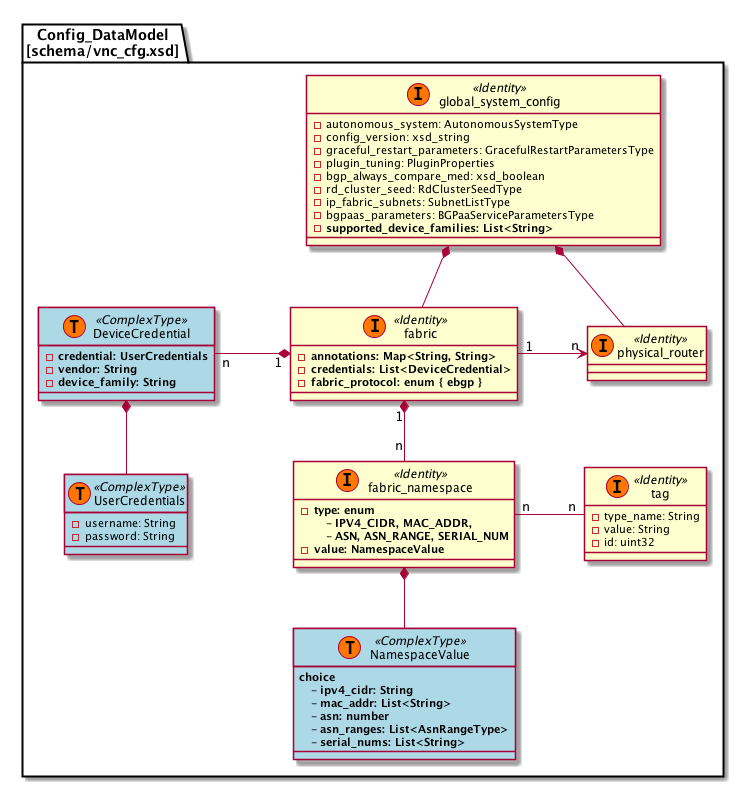
This is 5.0.1-data-model/images/fabric.png from jnpr-tjiang/cfm-data-model, a PlantUML export, as it was before one commit. The source it was exported from:
```plantuml
@startuml
package Config_DataModel\n[schema/vnc_cfg.xsd] {
    class global_system_config << (I, #FF7700) Identity>> {
        - autonomous_system: AutonomousSystemType
        - config_version: xsd_string
        - graceful_restart_parameters: GracefulRestartParametersType
        - plugin_tuning: PluginProperties
        - bgp_always_compare_med: xsd_boolean
        - rd_cluster_seed: RdClusterSeedType
        - ip_fabric_subnets: SubnetListType
        - bgpaas_parameters: BGPaaServiceParametersType
        - <b>supported_device_families: List<String></b>
    }

    class fabric << (I, #FF7700) Identity>> {
        - <b>annotations: Map<String, String>
        - <b>credentials: List<DeviceCredential>
        - <b>fabric_protocol: enum { ebgp }
    }

    class DeviceCredential << (T, #FF7700) ComplexType >> #lightblue {
        - <b>credential: UserCredentials
        - <b>vendor: String
        - <b>device_family: String
    }

    class UserCredentials << (T, #FF7700) ComplexType >> #lightblue {
        - username: String
        - password: String
    }

    class fabric_namespace << (I, #FF7700) Identity>> {
        - <b>type: enum
            - <b>IPV4_CIDR, MAC_ADDR,
            - <b>ASN, ASN_RANGE, SERIAL_NUM
        - <b>value: NamespaceValue
    }

    class physical_router << (I, #FF7700) Identity>> {
    }

    class NamespaceValue << (T, #FF7700) ComplexType >> #lightblue {
        <b>choice
            - <b>ipv4_cidr: String
            - <b>mac_addr: List<String>
            - <b>asn: number
            - <b>asn_ranges: List<AsnRangeType>
            - <b>serial_nums: List<String>
    }

    class tag << (I, #FF7700) Identity>> {
        - type_name: String
        - value: String
        - id: uint32
    }

    global_system_config *-- fabric
    global_system_config *-- physical_router

    fabric "1" -> "     n" physical_router
    fabric "1" *-- "n"  fabric_namespace
    DeviceCredential "n   " -* "   1" fabric: "          "
    DeviceCredential *-- UserCredentials
    fabric_namespace *-- NamespaceValue
    fabric_namespace "n   " - "   n" tag
}
@enduml
```
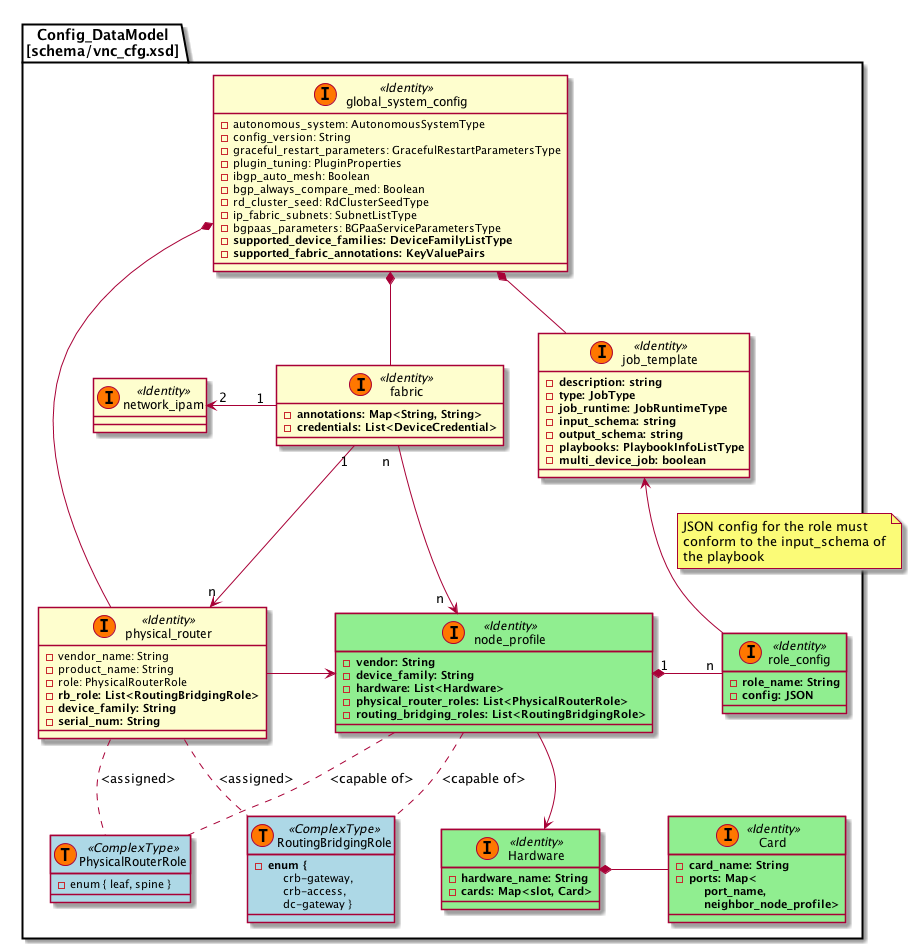
The same file after the commit.

Diff of the diagram source:
```diff
@@ -1,67 +1,108 @@
 @startuml
 package Config_DataModel\n[schema/vnc_cfg.xsd] {
+
     class global_system_config << (I, #FF7700) Identity>> {
         - autonomous_system: AutonomousSystemType
-        - config_version: xsd_string
+        - config_version: String
         - graceful_restart_parameters: GracefulRestartParametersType
         - plugin_tuning: PluginProperties
-        - bgp_always_compare_med: xsd_boolean
+        - ibgp_auto_mesh: Boolean
+        - bgp_always_compare_med: Boolean
         - rd_cluster_seed: RdClusterSeedType
         - ip_fabric_subnets: SubnetListType
         - bgpaas_parameters: BGPaaServiceParametersType
-        - <b>supported_device_families: List<String></b>
+        - <b>supported_device_families: DeviceFamilyListType</b>
+        - <b>supported_fabric_annotations: KeyValuePairs</b>
     }
 
     class fabric << (I, #FF7700) Identity>> {
         - <b>annotations: Map<String, String>
         - <b>credentials: List<DeviceCredential>
-        - <b>fabric_protocol: enum { ebgp }
     }
 
-    class DeviceCredential << (T, #FF7700) ComplexType >> #lightblue {
-        - <b>credential: UserCredentials
-        - <b>vendor: String
-        - <b>device_family: String
-    }
-
-    class UserCredentials << (T, #FF7700) ComplexType >> #lightblue {
-        - username: String
-        - password: String
-    }
-
-    class fabric_namespace << (I, #FF7700) Identity>> {
-        - <b>type: enum
-            - <b>IPV4_CIDR, MAC_ADDR,
-            - <b>ASN, ASN_RANGE, SERIAL_NUM
-        - <b>value: NamespaceValue
+    class network_ipam << (I, #FF7700) Identity>> {
     }
 
     class physical_router << (I, #FF7700) Identity>> {
+        - vendor_name: String
+        - product_name: String
+        - role: PhysicalRouterRole
+        - <b>rb_role: List<RoutingBridgingRole>
+        - <b>device_family: String</b>
+        - <b>serial_num: String</b>
     }
 
-    class NamespaceValue << (T, #FF7700) ComplexType >> #lightblue {
-        <b>choice
-            - <b>ipv4_cidr: String
-            - <b>mac_addr: List<String>
-            - <b>asn: number
-            - <b>asn_ranges: List<AsnRangeType>
-            - <b>serial_nums: List<String>
+    class node_profile << (I, #FF7700) Identity>> #lightgreen {
+        - <b>vendor: String
+        - <b>device_family: String
+        - <b>hardware: List<Hardware>
+        - <b>physical_router_roles: List<PhysicalRouterRole>
+        - <b>routing_bridging_roles: List<RoutingBridgingRole>
     }
 
-    class tag << (I, #FF7700) Identity>> {
-        - type_name: String
-        - value: String
-        - id: uint32
+    class Hardware << (I, #FF7700) Identity >> #lightgreen {
+      - <b>hardware_name: String
+      - <b>cards: Map<slot, Card>
+    }
+
+    class Card << (I, #FF7700) Identity >> #lightgreen {
+        - <b>card_name: String
+        - <b>ports: Map<
+             <b>port_name,
+             <b>neighbor_node_profile>
+    }
+
+    class PhysicalRouterRole << (T, #FF7700) ComplexType >> #lightblue {
+        - enum { leaf, spine }
+    }
+
+    class RoutingBridgingRole << (T, #FF7700) ComplexType >> #lightblue {
+        - <b>enum {
+             crb-gateway,
+             crb-access,
+             dc-gateway }
+    }
+
+    class job_template << (I, #FF7700) Identity>> {
+        - <b>description: string
+        - <b>type: JobType
+        - <b>job_runtime: JobRuntimeType
+        - <b>input_schema: string
+        - <b>output_schema: string
+        - <b>playbooks: PlaybookInfoListType
+        - <b>multi_device_job: boolean
+    }
+
+    class role_config << (I, #FF7700) Identity>> #lightgreen {
+        - <b>role_name: String
+        - <b>config: JSON
     }
 
     global_system_config *-- fabric
+    global_system_config *-- job_template
     global_system_config *-- physical_router
 
-    fabric "1" -> "     n" physical_router
-    fabric "1" *-- "n"  fabric_namespace
-    DeviceCredential "n   " -* "   1" fabric: "          "
-    DeviceCredential *-- UserCredentials
-    fabric_namespace *-- NamespaceValue
-    fabric_namespace "n   " - "   n" tag
+    fabric "1" --> "n" physical_router
+    fabric "n  " --> "n  " node_profile: "                               "
+    physical_router -> node_profile
+
+    job_template <-- role_config
+    note on link
+    JSON config for the role must
+    conform to the input_schema of
+    the playbook
+    end note
+
+    node_profile "1" *- "n" role_config
+    node_profile --> Hardware
+    node_profile .. PhysicalRouterRole: <capable of>
+    node_profile .. RoutingBridgingRole: <capable of>
+
+    Hardware *- Card
+
+    physical_router .. PhysicalRouterRole:  "<assigned>"
+    physical_router .. RoutingBridgingRole:  "<assigned>"
+    network_ipam " 2     " <- "    1 "fabric
+
 }
 @enduml
```
